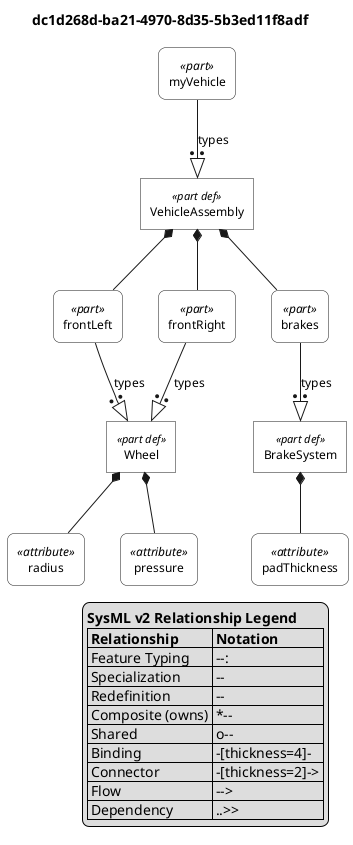
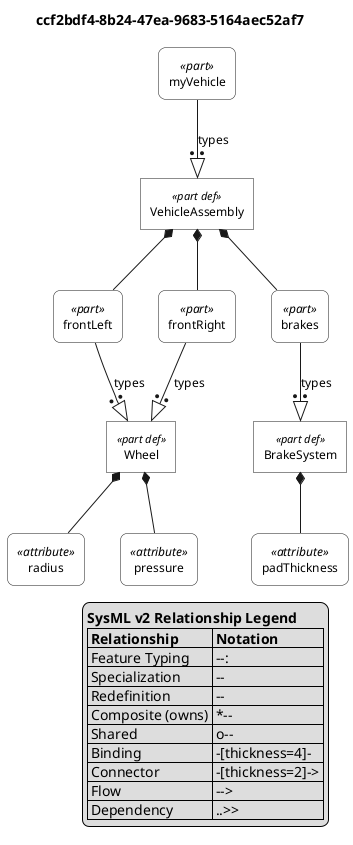
@startuml

skinparam monochrome true
skinparam wrapWidth 300
skinparam defaultFontSize 12
skinparam defaultFontName Helvetica

' Definitions: sharp corners, plain background
skinparam rectangle<<part def>> {
    RoundCorner 0
    BackgroundColor white
    StereotypeFontSize 11
}
skinparam rectangle<<item def>> {
    RoundCorner 0
    BackgroundColor white
}
skinparam rectangle<<attribute def>> {
    RoundCorner 0
    BackgroundColor white
}
skinparam rectangle<<port def>> {
    RoundCorner 0
    BackgroundColor white
}
skinparam rectangle<<action def>> {
    RoundCorner 0
    BackgroundColor white
}
skinparam rectangle<<state def>> {
    RoundCorner 0
    BackgroundColor white
}
skinparam rectangle<<requirement def>> {
    RoundCorner 0
    BackgroundColor white
}
skinparam rectangle<<view def>> {
    RoundCorner 0
    BackgroundColor white
}
skinparam rectangle<<viewpoint def>> {
    RoundCorner 0
    BackgroundColor white
}
skinparam rectangle<<enumeration def>> {
    RoundCorner 0
    BackgroundColor white
}

' Usages: rounded corners, plain background
skinparam rectangle<<part>> {
    RoundCorner 15
    BackgroundColor white
}
skinparam rectangle<<item>> {
    RoundCorner 15
    BackgroundColor white
}
skinparam rectangle<<attribute>> {
    RoundCorner 15
    BackgroundColor white
}
skinparam rectangle<<port>> {
    RoundCorner 15
    BackgroundColor white
}
skinparam rectangle<<action>> {
    RoundCorner 15
    BackgroundColor white
}
skinparam rectangle<<state>> {
    RoundCorner 15
    BackgroundColor white
}
skinparam rectangle<<requirement>> {
    RoundCorner 15
    BackgroundColor white
}
skinparam rectangle<<view>> {
    RoundCorner 15
    BackgroundColor white
}
skinparam rectangle<<viewpoint>> {
    RoundCorner 15
    BackgroundColor white
}
skinparam rectangle<<enumeration>> {
    RoundCorner 15
    BackgroundColor white
}

' Views as folders
skinparam folder<<view def>> {
    BackgroundColor white
}
skinparam folder<<view>> {
    BackgroundColor white
}

top to bottom direction

- title dc1d268d-ba21-4970-8d35-5b3ed11f8adf
+ title ccf2bdf4-8b24-47ea-9683-5164aec52af7

hide circle

rectangle "Wheel" as E1 <<part def>>
rectangle "radius" as E2 <<attribute>>
rectangle "pressure" as E4 <<attribute>>
rectangle "BrakeSystem" as E6 <<part def>>
rectangle "padThickness" as E7 <<attribute>>
rectangle "VehicleAssembly" as E9 <<part def>>
rectangle "frontLeft" as E10 <<part>>
rectangle "frontRight" as E11 <<part>>
rectangle "brakes" as E12 <<part>>
rectangle "myVehicle" as E13 <<part>>

E1 *-- E2
E1 *-- E4
E6 *-- E7
E9 *-- E10
E10 --:|> E1 : types
E9 *-- E11
E11 --:|> E1 : types
E9 *-- E12
E12 --:|> E6 : types
E13 --:|> E9 : types

legend right
  <b>SysML v2 Relationship Legend</b>
  |= Relationship |= Notation |
  | Feature Typing | --:|> |
  | Specialization | --|> |
  | Redefinition | --||> |
  | Composite (owns) | *-- |
  | Shared | o-- |
  | Binding | -[thickness=4]- |
  | Connector | -[thickness=2]-> |
  | Flow | --> |
  | Dependency | ..>> |
endlegend

@enduml